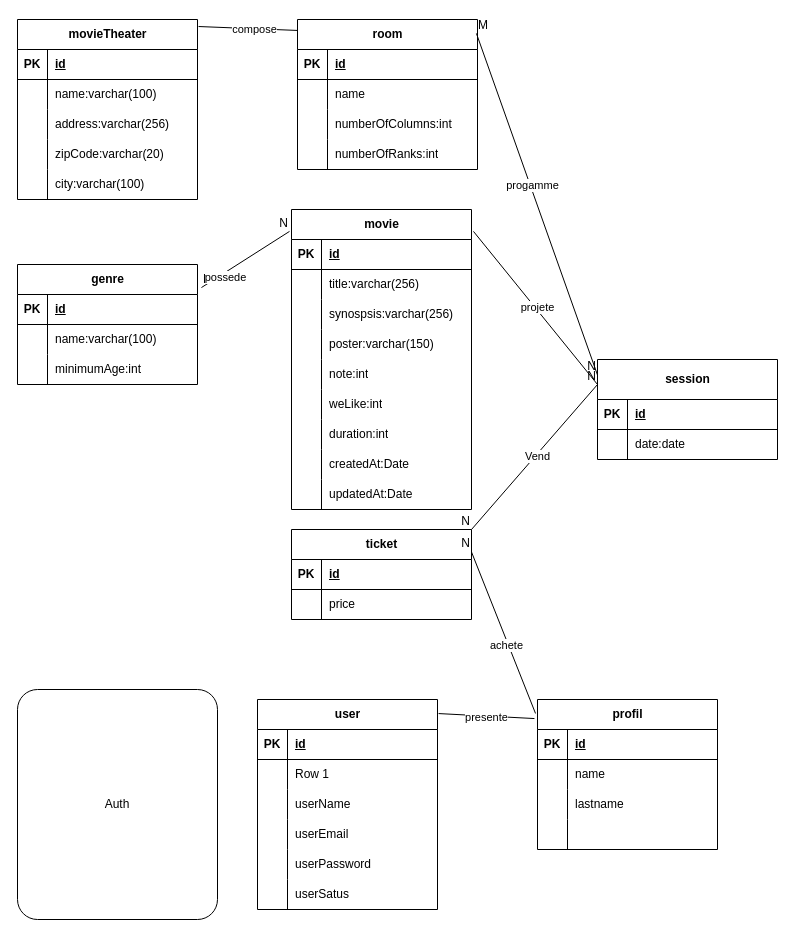
Earlier version of the draw.io diagram cinephoriaECF/preparation/Diagramme sans nom.drawio (houckontape/cinephoriaService). Source tidied: cells renumbered, new cells numbered last; positions are measured from the earlier drawing's top-left corner, leaving out a move shared by most shapes. Both pictures are drawn from the tidied source at 100%, with x=0, y=0 at pixel (17, 19).
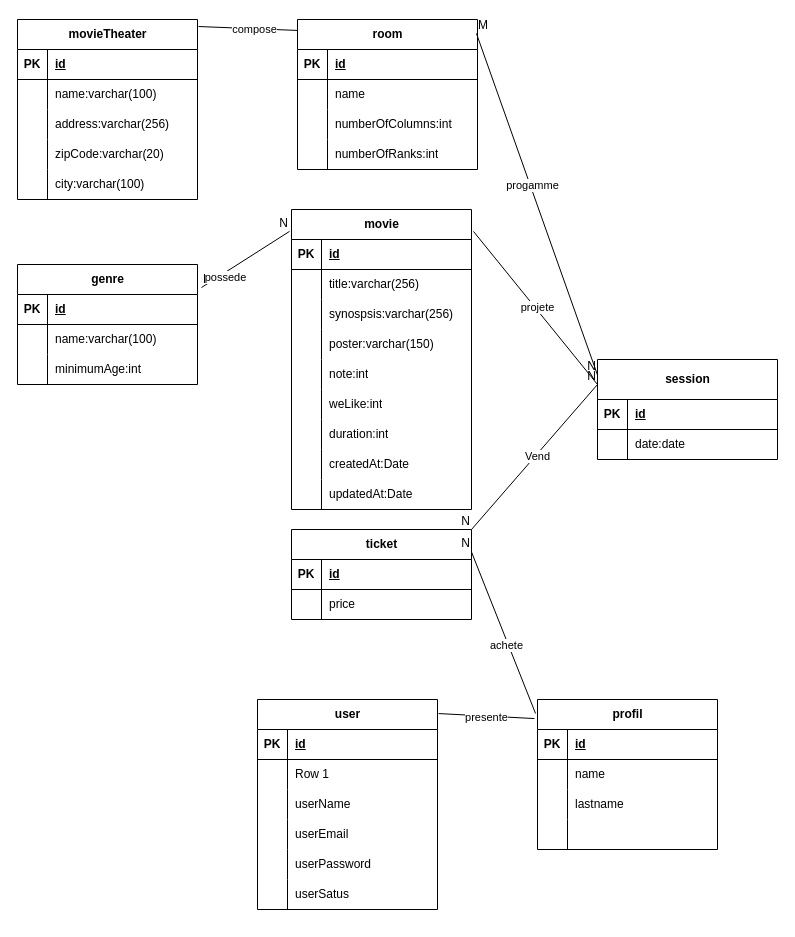
After the change.

Commit message:
Mettre à jour Diagramme sans nom.drawio

What changed in the source:
```diff
@@
-    <mxCell id="134" value="Auth" style="rounded=1;arcSize=10;whiteSpace=wrap;html=1;align=center;" parent="1" vertex="1">
-      <mxGeometry y="670" width="200" height="230" as="geometry" />
-    </mxCell>
```
